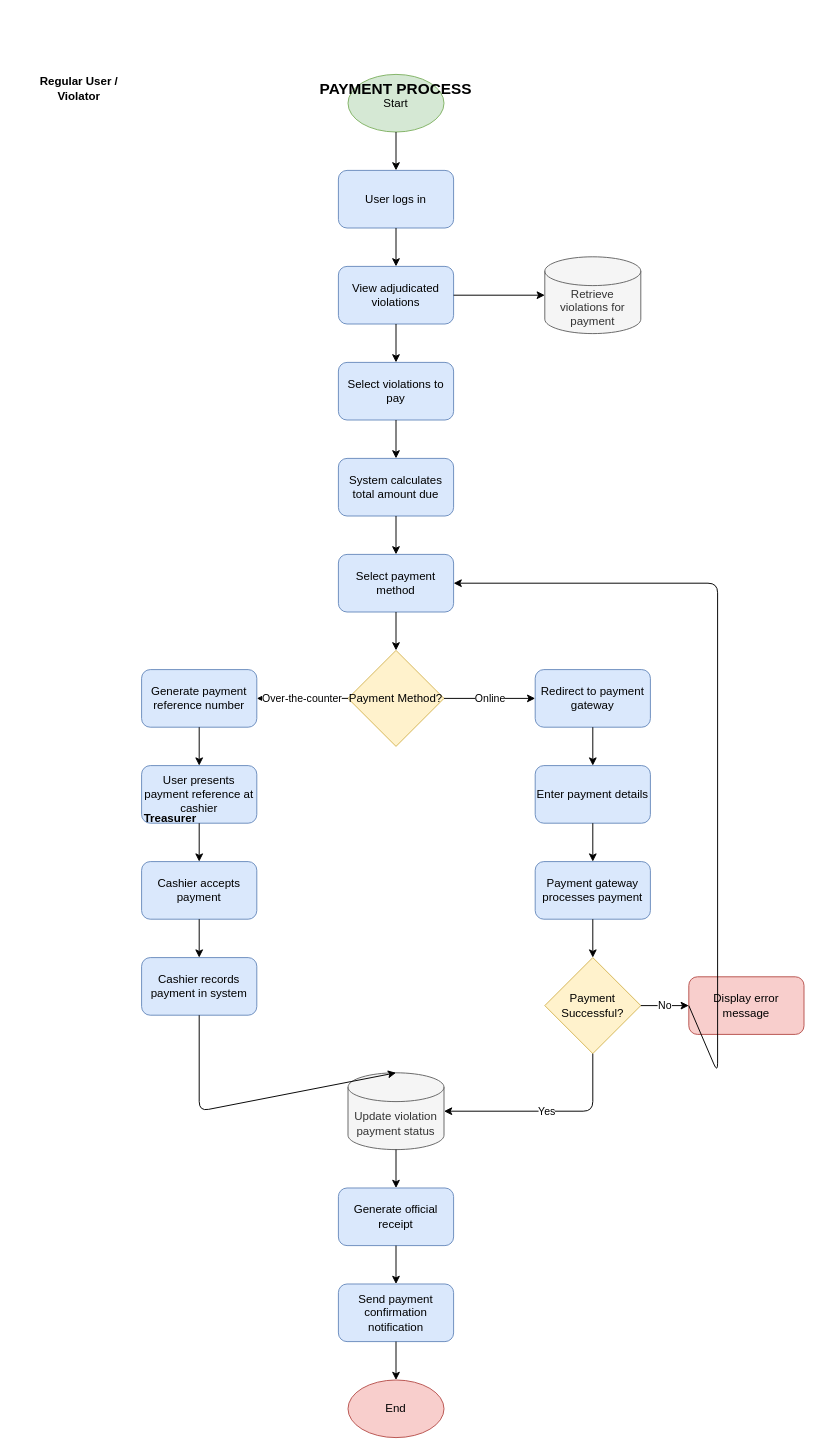
Before: payment_process.drawio in PotatoLover169/CTTMO-Traffic-violation-Management-System, a draw.io diagram. Source tidied: cells renumbered, new cells numbered last; positions are measured from the earlier drawing's top-left corner, leaving out a move shared by most shapes. Both pictures are drawn from the tidied source at 96%, with x=0, y=0 at pixel (16, 74).
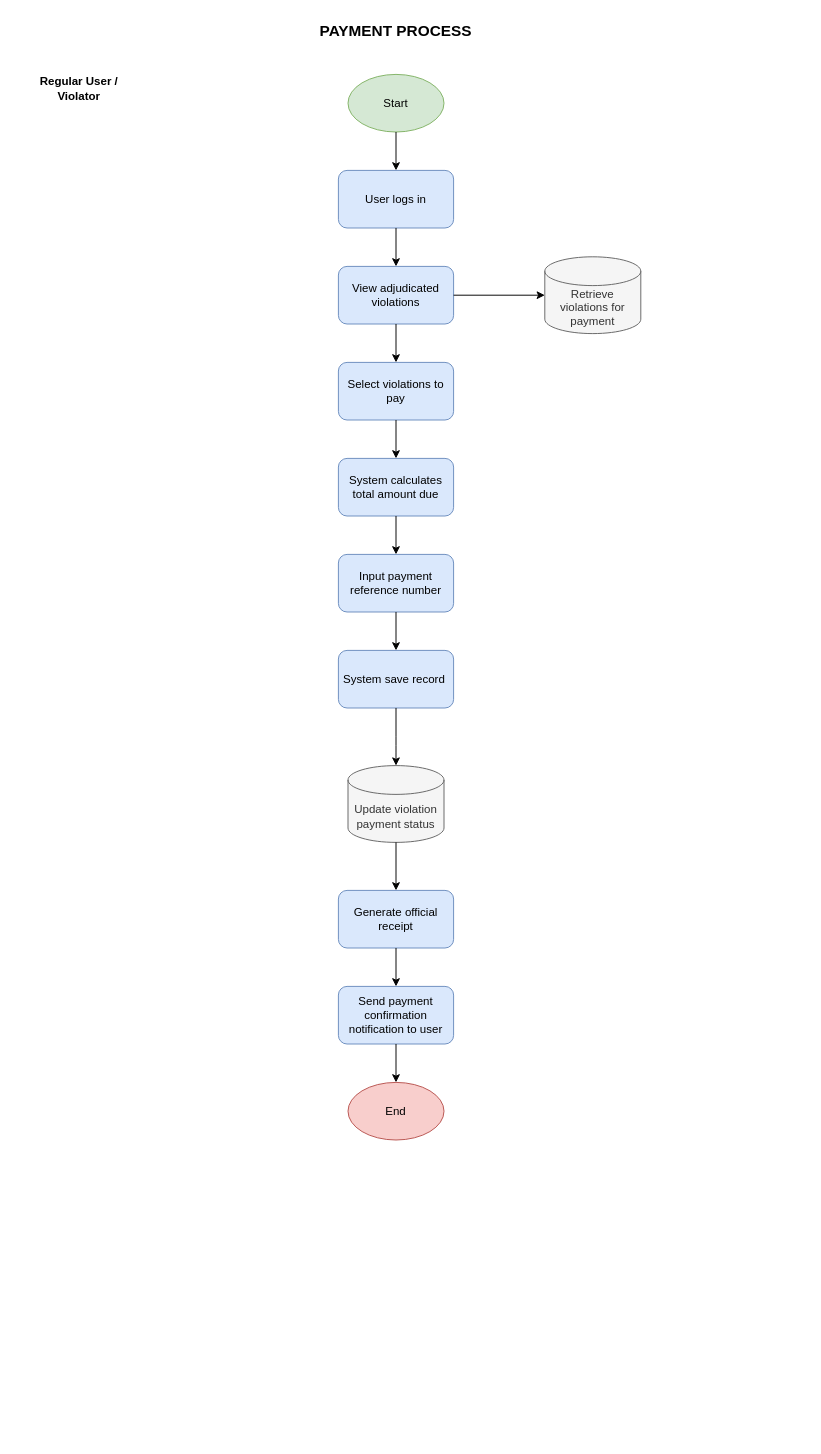
The same diagram, later.

The change refers to these unchanged cells:
```xml
<mxCell id="7" value="System calculates total amount due" style="rounded=1;whiteSpace=wrap;html=1;fillColor=#dae8fc;strokeColor=#6c8ebf;" parent="1" vertex="1">
  <mxGeometry x="335" y="400" width="120" height="60" as="geometry" />
</mxCell>
```

Change to the diagram source:
```diff
@@
-    <mxCell id="8" value="Select payment method" style="rounded=1;whiteSpace=wrap;html=1;fillColor=#dae8fc;strokeColor=#6c8ebf;" parent="1" vertex="1">
-      <mxGeometry x="335" y="500" width="120" height="60" as="geometry" />
-    </mxCell>
-    <mxCell id="9" value="Payment Method?" style="rhombus;whiteSpace=wrap;html=1;fillColor=#fff2cc;strokeColor=#d6b656;" parent="1" vertex="1">
-      <mxGeometry x="345" y="600" width="100" height="100" as="geometry" />
-    </mxCell>
-    <mxCell id="10" value="Redirect to payment gateway" style="rounded=1;whiteSpace=wrap;html=1;fillColor=#dae8fc;strokeColor=#6c8ebf;" parent="1" vertex="1">
-      <mxGeometry x="540" y="620" width="120" height="60" as="geometry" />
-    </mxCell>
-    <mxCell id="11" value="Generate payment reference number" style="rounded=1;whiteSpace=wrap;html=1;fillColor=#dae8fc;strokeColor=#6c8ebf;" parent="1" vertex="1">
-      <mxGeometry x="130" y="620" width="120" height="60" as="geometry" />
+    <mxCell id="11" value="Input payment reference number" style="rounded=1;whiteSpace=wrap;html=1;fillColor=#dae8fc;strokeColor=#6c8ebf;" parent="1" vertex="1">
+      <mxGeometry x="335" y="500" width="120" height="60" as="geometry" />
     </mxCell>
-    <mxCell id="12" value="Enter payment details" style="rounded=1;whiteSpace=wrap;html=1;fillColor=#dae8fc;strokeColor=#6c8ebf;" parent="1" vertex="1">
-      <mxGeometry x="540" y="720" width="120" height="60" as="geometry" />
-    </mxCell>
-    <mxCell id="13" value="Payment gateway processes payment" style="rounded=1;whiteSpace=wrap;html=1;fillColor=#dae8fc;strokeColor=#6c8ebf;" parent="1" vertex="1">
-      <mxGeometry x="540" y="820" width="120" height="60" as="geometry" />
-    </mxCell>
-    <mxCell id="14" value="User presents payment reference at cashier" style="rounded=1;whiteSpace=wrap;html=1;fillColor=#dae8fc;strokeColor=#6c8ebf;" parent="1" vertex="1">
-      <mxGeometry x="130" y="720" width="120" height="60" as="geometry" />
-    </mxCell>
-    <mxCell id="15" value="Cashier accepts payment" style="rounded=1;whiteSpace=wrap;html=1;fillColor=#dae8fc;strokeColor=#6c8ebf;" parent="1" vertex="1">
-      <mxGeometry x="130" y="820" width="120" height="60" as="geometry" />
-    </mxCell>
-    <mxCell id="16" value="Payment Successful?" style="rhombus;whiteSpace=wrap;html=1;fillColor=#fff2cc;strokeColor=#d6b656;" parent="1" vertex="1">
-      <mxGeometry x="550" y="920" width="100" height="100" as="geometry" />
-    </mxCell>
-    <mxCell id="17" value="Display error message" style="rounded=1;whiteSpace=wrap;html=1;fillColor=#f8cecc;strokeColor=#b85450;" parent="1" vertex="1">
-      <mxGeometry x="700" y="940" width="120" height="60" as="geometry" />
-    </mxCell>
-    <mxCell id="18" value="Cashier records payment in system" style="rounded=1;whiteSpace=wrap;html=1;fillColor=#dae8fc;strokeColor=#6c8ebf;" parent="1" vertex="1">
-      <mxGeometry x="130" y="920" width="120" height="60" as="geometry" />
+    <mxCell id="18" value="System save record&amp;nbsp;" style="rounded=1;whiteSpace=wrap;html=1;fillColor=#dae8fc;strokeColor=#6c8ebf;" parent="1" vertex="1">
+      <mxGeometry x="335" y="600" width="120" height="60" as="geometry" />
     </mxCell>
     <mxCell id="19" value="Update violation payment status" style="shape=cylinder3;whiteSpace=wrap;html=1;boundedLbl=1;backgroundOutline=1;size=15;fillColor=#f5f5f5;fontColor=#333333;strokeColor=#666666;" parent="1" vertex="1">
-      <mxGeometry x="345" y="1040" width="100" height="80" as="geometry" />
+      <mxGeometry x="345" y="720" width="100" height="80" as="geometry" />
     </mxCell>
     <mxCell id="20" value="Generate official receipt" style="rounded=1;whiteSpace=wrap;html=1;fillColor=#dae8fc;strokeColor=#6c8ebf;" parent="1" vertex="1">
-      <mxGeometry x="335" y="1160" width="120" height="60" as="geometry" />
+      <mxGeometry x="335" y="850" width="120" height="60" as="geometry" />
     </mxCell>
-    <mxCell id="21" value="Send payment confirmation notification" style="rounded=1;whiteSpace=wrap;html=1;fillColor=#dae8fc;strokeColor=#6c8ebf;" parent="1" vertex="1">
-      <mxGeometry x="335" y="1260" width="120" height="60" as="geometry" />
+    <mxCell id="21" value="Send payment confirmation notification to user" style="rounded=1;whiteSpace=wrap;html=1;fillColor=#dae8fc;strokeColor=#6c8ebf;" parent="1" vertex="1">
+      <mxGeometry x="335" y="950" width="120" height="60" as="geometry" />
     </mxCell>
     <mxCell id="22" value="End" style="ellipse;whiteSpace=wrap;html=1;fillColor=#f8cecc;strokeColor=#b85450;" parent="1" vertex="1">
-      <mxGeometry x="345" y="1360" width="100" height="60" as="geometry" />
+      <mxGeometry x="345" y="1050" width="100" height="60" as="geometry" />
     </mxCell>
@@
-    <mxCell id="28" style="endArrow=classic;html=1;exitX=0.5;exitY=1;exitDx=0;exitDy=0;entryX=0.5;entryY=0;entryDx=0;entryDy=0;" parent="1" edge="1" source="7" target="8">
-      <mxGeometry relative="1" as="geometry" />
+    <mxCell id="28" style="endArrow=classic;html=1;exitX=0.5;exitY=1;exitDx=0;exitDy=0;entryX=0.5;entryY=0;entryDx=0;entryDy=0;" parent="1" edge="1" source="7">
+      <mxGeometry relative="1" as="geometry">
+        <mxPoint x="395" y="500" as="targetPoint" />
+      </mxGeometry>
     </mxCell>
-    <mxCell id="29" style="endArrow=classic;html=1;exitX=0.5;exitY=1;exitDx=0;exitDy=0;entryX=0.5;entryY=0;entryDx=0;entryDy=0;" parent="1" edge="1" source="8" target="9">
-      <mxGeometry relative="1" as="geometry" />
-    </mxCell>
-    <mxCell id="30" value="Online" style="endArrow=classic;html=1;exitX=1;exitY=0.5;exitDx=0;exitDy=0;entryX=0;entryY=0.5;entryDx=0;entryDy=0;" parent="1" edge="1" source="9" target="10">
-      <mxGeometry relative="1" as="geometry" />
-    </mxCell>
-    <mxCell id="31" value="Over-the-counter" style="endArrow=classic;html=1;exitX=0;exitY=0.5;exitDx=0;exitDy=0;entryX=1;entryY=0.5;entryDx=0;entryDy=0;" parent="1" edge="1" source="9" target="11">
-      <mxGeometry relative="1" as="geometry" />
-    </mxCell>
-    <mxCell id="32" style="endArrow=classic;html=1;exitX=0.5;exitY=1;exitDx=0;exitDy=0;entryX=0.5;entryY=0;entryDx=0;entryDy=0;" parent="1" edge="1" source="10" target="12">
-      <mxGeometry relative="1" as="geometry" />
-    </mxCell>
-    <mxCell id="33" style="endArrow=classic;html=1;exitX=0.5;exitY=1;exitDx=0;exitDy=0;entryX=0.5;entryY=0;entryDx=0;entryDy=0;" parent="1" edge="1" source="12" target="13">
-      <mxGeometry relative="1" as="geometry" />
-    </mxCell>
-    <mxCell id="34" style="endArrow=classic;html=1;exitX=0.5;exitY=1;exitDx=0;exitDy=0;entryX=0.5;entryY=0;entryDx=0;entryDy=0;" parent="1" edge="1" source="11" target="14">
-      <mxGeometry relative="1" as="geometry" />
+    <mxCell id="34" style="endArrow=classic;html=1;exitX=0.5;exitY=1;exitDx=0;exitDy=0;entryX=0.5;entryY=0;entryDx=0;entryDy=0;" parent="1" edge="1" source="11">
+      <mxGeometry relative="1" as="geometry">
+        <mxPoint x="395" y="600" as="targetPoint" />
+      </mxGeometry>
     </mxCell>
-    <mxCell id="35" style="endArrow=classic;html=1;exitX=0.5;exitY=1;exitDx=0;exitDy=0;entryX=0.5;entryY=0;entryDx=0;entryDy=0;" parent="1" edge="1" source="14" target="15">
-      <mxGeometry relative="1" as="geometry" />
-    </mxCell>
-    <mxCell id="36" style="endArrow=classic;html=1;exitX=0.5;exitY=1;exitDx=0;exitDy=0;entryX=0.5;entryY=0;entryDx=0;entryDy=0;" parent="1" edge="1" source="13" target="16">
-      <mxGeometry relative="1" as="geometry" />
-    </mxCell>
-    <mxCell id="37" style="endArrow=classic;html=1;exitX=0.5;exitY=1;exitDx=0;exitDy=0;entryX=0.5;entryY=0;entryDx=0;entryDy=0;" parent="1" edge="1" source="15" target="18">
-      <mxGeometry relative="1" as="geometry" />
-    </mxCell>
-    <mxCell id="38" value="No" style="endArrow=classic;html=1;exitX=1;exitY=0.5;exitDx=0;exitDy=0;entryX=0;entryY=0.5;entryDx=0;entryDy=0;" parent="1" edge="1" source="16" target="17">
-      <mxGeometry relative="1" as="geometry" />
-    </mxCell>
-    <mxCell id="39" style="endArrow=classic;html=1;exitX=0;exitY=0.5;exitDx=0;exitDy=0;entryX=1;entryY=0.5;entryDx=0;entryDy=0;" parent="1" edge="1" source="17" target="8">
-      <mxGeometry relative="1" as="geometry">
-        <Array as="points">
-          <mxPoint x="730" y="1040" />
-          <mxPoint x="730" y="530" />
-        </Array>
-      </mxGeometry>
-    </mxCell>
-    <mxCell id="40" value="Yes" style="endArrow=classic;html=1;exitX=0.5;exitY=1;exitDx=0;exitDy=0;entryX=1;entryY=0.5;entryDx=0;entryDy=0;" parent="1" edge="1" source="16" target="19">
-      <mxGeometry relative="1" as="geometry">
-        <Array as="points">
-          <mxPoint x="600" y="1080" />
-        </Array>
-      </mxGeometry>
-    </mxCell>
     <mxCell id="41" style="endArrow=classic;html=1;exitX=0.5;exitY=1;exitDx=0;exitDy=0;entryX=0.5;entryY=0;entryDx=0;entryDy=0;" parent="1" edge="1" source="18" target="19">
       <mxGeometry relative="1" as="geometry">
         <Array as="points">
-          <mxPoint x="190" y="1080" />
+          <mxPoint x="395" y="700" />
         </Array>
       </mxGeometry>
     </mxCell>
@@
     <mxCell id="45" value="PAYMENT PROCESS" style="text;html=1;strokeColor=none;fillColor=none;align=center;verticalAlign=middle;whiteSpace=wrap;rounded=0;fontSize=16;fontStyle=1;" parent="1" vertex="1">
-      <mxGeometry x="300" width="190" height="30" as="geometry" />
+      <mxGeometry x="300" y="-60" width="190" height="30" as="geometry" />
     </mxCell>
@@
-    <mxCell id="47" value="Treasurer" style="text;html=1;strokeColor=none;fillColor=none;align=center;verticalAlign=middle;whiteSpace=wrap;rounded=0;fontStyle=1;" parent="1" vertex="1">
-      <mxGeometry x="130" y="760" width="60" height="30" as="geometry" />
-    </mxCell>
```
